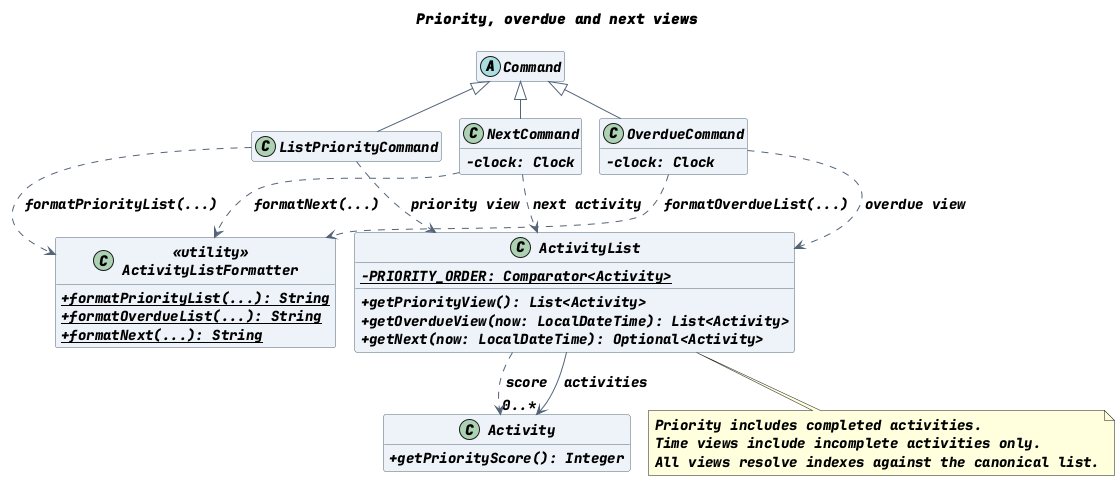
Earlier version of the PlantUML export docs/images/PriorityAndTimeViewsClassDiagram.png (AY2627S1-CS2113-T10-4/tp). The source it was exported from:
```plantuml
@startuml
!pragma layout smetana
title Priority, overdue and next views
skinparam backgroundColor white
skinparam shadowing false
skinparam defaultFontName SansSerif
skinparam defaultFontSize 14
skinparam classAttributeIconSize 0
skinparam classBackgroundColor #EDF3F8
skinparam classBorderColor #526477
skinparam ArrowColor #526477
hide empty members

abstract class Command
class ListPriorityCommand
class OverdueCommand {
  -clock: Clock
}
class NextCommand {
  -clock: Clock
}
class Activity {
  +getPriorityScore(): Integer
}
class ActivityList {
  {static} -PRIORITY_ORDER: Comparator<Activity>
  +getPriorityView(): List<Activity>
  +getOverdueView(now: LocalDateTime): List<Activity>
  +getNext(now: LocalDateTime): Optional<Activity>
}
class ActivityListFormatter <<utility>> {
  {static} +formatPriorityList(...): String
  {static} +formatOverdueList(...): String
  {static} +formatNext(...): String
}

Command <|-- ListPriorityCommand
Command <|-- OverdueCommand
Command <|-- NextCommand
ListPriorityCommand ..> ActivityList : priority view
OverdueCommand ..> ActivityList : overdue view
NextCommand ..> ActivityList : next activity
ListPriorityCommand ..> ActivityListFormatter : formatPriorityList(...)
OverdueCommand ..> ActivityListFormatter : formatOverdueList(...)
NextCommand ..> ActivityListFormatter : formatNext(...)
ActivityList --> "0..*" Activity : activities
ActivityList ..> Activity : score

note bottom of ActivityList
  Priority includes completed activities.
  Time views include incomplete activities only.
  All views resolve indexes against the canonical list.
end note
@enduml
```
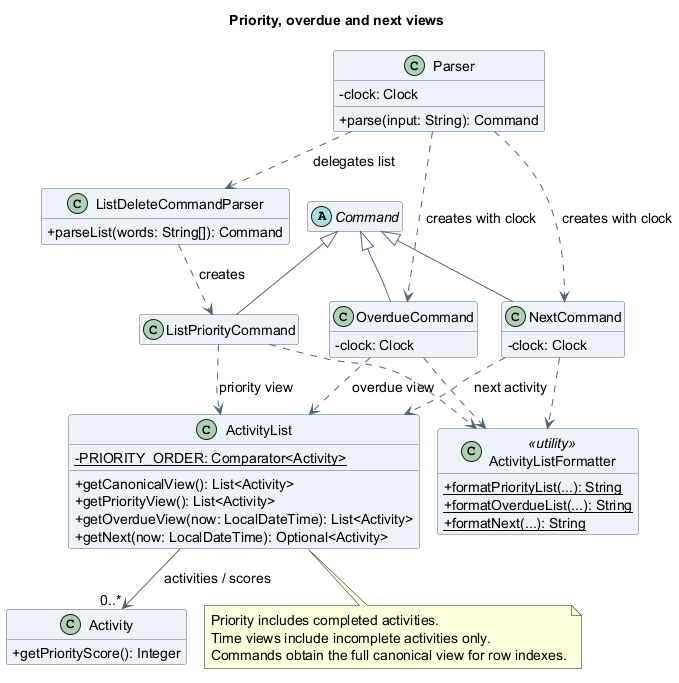
Above is the later version.

Commit message:
docs: reconcile merged activity guides with current behavior

Change to the diagram source:
```diff
@@ -12,6 +12,13 @@
 hide empty members
 
 abstract class Command
+class Parser {
+  -clock: Clock
+  +parse(input: String): Command
+}
+class ListDeleteCommandParser {
+  +parseList(words: String[]): Command
+}
 class ListPriorityCommand
 class OverdueCommand {
   -clock: Clock
@@ -24,6 +31,7 @@
 }
 class ActivityList {
   {static} -PRIORITY_ORDER: Comparator<Activity>
+  +getCanonicalView(): List<Activity>
   +getPriorityView(): List<Activity>
   +getOverdueView(now: LocalDateTime): List<Activity>
   +getNext(now: LocalDateTime): Optional<Activity>
@@ -37,18 +45,21 @@
 Command <|-- ListPriorityCommand
 Command <|-- OverdueCommand
 Command <|-- NextCommand
+Parser ..> ListDeleteCommandParser : delegates list
+ListDeleteCommandParser ..> ListPriorityCommand : creates
+Parser ..> OverdueCommand : creates with clock
+Parser ..> NextCommand : creates with clock
 ListPriorityCommand ..> ActivityList : priority view
 OverdueCommand ..> ActivityList : overdue view
 NextCommand ..> ActivityList : next activity
-ListPriorityCommand ..> ActivityListFormatter : formatPriorityList(...)
-OverdueCommand ..> ActivityListFormatter : formatOverdueList(...)
-NextCommand ..> ActivityListFormatter : formatNext(...)
-ActivityList --> "0..*" Activity : activities
-ActivityList ..> Activity : score
+ListPriorityCommand ..> ActivityListFormatter
+OverdueCommand ..> ActivityListFormatter
+NextCommand ..> ActivityListFormatter
+ActivityList --> "0..*" Activity : activities / scores
 
 note bottom of ActivityList
   Priority includes completed activities.
   Time views include incomplete activities only.
-  All views resolve indexes against the canonical list.
+  Commands obtain the full canonical view for row indexes.
 end note
 @enduml
```
